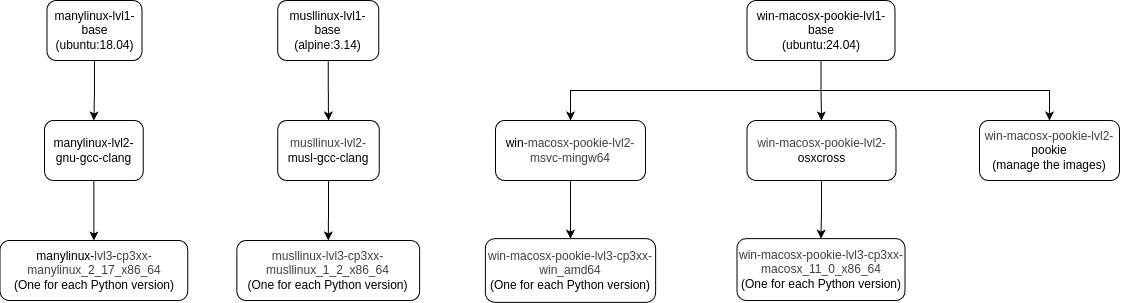
This is images/Docker_layer_graph.png from andreslilloortiz/pookie, a draw.io export, as it was before one commit. Source tidied: cells renumbered, new cells last; positions are measured from the earlier drawing's top-left corner, leaving out a move shared by most shapes.
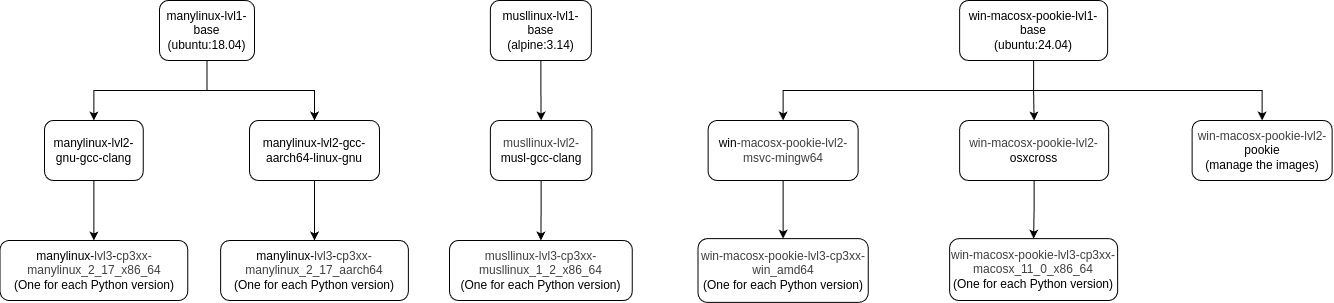
Above is the later version.

Commit message:
New many aarch64 target

Change to the diagram source:
```diff
@@ -6,28 +6,28 @@
       <mxGeometry relative="1" as="geometry" />
     </mxCell>
     <mxCell id="3" value="&lt;font&gt;manylinux-lvl1-base&lt;/font&gt;&lt;div&gt;&lt;font&gt;(ubuntu:18.04)&lt;/font&gt;&lt;/div&gt;" style="rounded=1;whiteSpace=wrap;html=1;strokeColor=default;" parent="1" vertex="1">
-      <mxGeometry x="46.5" width="95" height="60" as="geometry" />
+      <mxGeometry x="-53.6" width="95" height="60" as="geometry" />
     </mxCell>
     <mxCell id="4" style="edgeStyle=orthogonalEdgeStyle;rounded=0;jettySize=auto;html=1;exitX=0.5;exitY=1;exitDx=0;exitDy=0;entryX=0.5;entryY=0;entryDx=0;entryDy=0;" parent="1" edge="1" source="5" target="6">
       <mxGeometry relative="1" as="geometry" />
     </mxCell>
     <mxCell id="5" value="&lt;font&gt;manylinux-lvl2-gnu-gcc-clang&lt;/font&gt;" style="rounded=1;whiteSpace=wrap;html=1;strokeColor=default;" parent="1" vertex="1">
-      <mxGeometry x="44" y="120" width="98.8" height="60" as="geometry" />
+      <mxGeometry x="-168.6" y="120" width="98.8" height="60" as="geometry" />
     </mxCell>
     <mxCell id="6" value="&lt;font&gt;manylinux-&lt;span style=&quot;color: rgb(63, 63, 63);&quot;&gt;lvl3&lt;/span&gt;-&lt;span style=&quot;color: rgb(63, 63, 63);&quot;&gt;cp3xx-manylinux_2_17_x86_64&lt;/span&gt;&lt;br&gt;(One for each Python version)&lt;/font&gt;" style="rounded=1;whiteSpace=wrap;html=1;strokeColor=default;" parent="1" vertex="1">
-      <mxGeometry x="-0.4" y="240" width="187.7" height="60" as="geometry" />
+      <mxGeometry x="-213.1" y="240" width="187.7" height="60" as="geometry" />
     </mxCell>
     <mxCell id="7" style="edgeStyle=orthogonalEdgeStyle;rounded=0;jettySize=auto;html=1;exitX=0.5;exitY=1;exitDx=0;exitDy=0;entryX=0.5;entryY=0;entryDx=0;entryDy=0;" parent="1" edge="1" source="8" target="10">
       <mxGeometry relative="1" as="geometry" />
     </mxCell>
     <mxCell id="8" value="&lt;font&gt;musllinux-lvl1-base&lt;br&gt;(alpine:3.14)&lt;/font&gt;" style="rounded=1;whiteSpace=wrap;html=1;" parent="1" vertex="1">
-      <mxGeometry x="277.2" width="101" height="60" as="geometry" />
+      <mxGeometry x="277.3" width="101" height="60" as="geometry" />
     </mxCell>
     <mxCell id="9" style="edgeStyle=orthogonalEdgeStyle;rounded=0;jettySize=auto;html=1;exitX=0.5;exitY=1;exitDx=0;exitDy=0;" parent="1" edge="1" source="10" target="11">
       <mxGeometry relative="1" as="geometry" />
     </mxCell>
     <mxCell id="10" value="&lt;font&gt;&lt;span style=&quot;color: rgb(63, 63, 63);&quot;&gt;musllinux-lvl2-&lt;/span&gt;musl-gcc-clang&lt;/font&gt;" style="rounded=1;whiteSpace=wrap;html=1;" parent="1" vertex="1">
-      <mxGeometry x="277.2" y="120" width="101.5" height="60" as="geometry" />
+      <mxGeometry x="277.3" y="120" width="101.5" height="60" as="geometry" />
     </mxCell>
     <mxCell id="11" value="&lt;div&gt;&lt;font&gt;&lt;span style=&quot;color: rgb(63, 63, 63); background-color: transparent;&quot;&gt;musllinux&lt;/span&gt;&lt;span style=&quot;color: rgb(63, 63, 63);&quot;&gt;-&lt;/span&gt;&lt;span style=&quot;color: rgb(63, 63, 63);&quot;&gt;lvl3&lt;/span&gt;&lt;span style=&quot;color: rgb(63, 63, 63);&quot;&gt;-&lt;/span&gt;&lt;span style=&quot;color: rgb(63, 63, 63);&quot;&gt;cp3xx-musllinux_1_2_x86_64&lt;/span&gt;&lt;br&gt;(One for each Python version)&lt;/font&gt;&lt;/div&gt;" style="rounded=1;whiteSpace=wrap;html=1;" parent="1" vertex="1">
       <mxGeometry x="236.4" y="240" width="182.8" height="60" as="geometry" />
@@ -65,5 +65,17 @@
     <mxCell id="22" value="&lt;font&gt;&lt;span style=&quot;color: rgb(63, 63, 63);&quot;&gt;&lt;span style=&quot;color: rgb(63, 63, 63);&quot;&gt;win-macosx-pookie&lt;/span&gt;-&lt;/span&gt;&lt;span style=&quot;color: rgb(63, 63, 63);&quot;&gt;lvl3&lt;/span&gt;&lt;span style=&quot;color: rgb(63, 63, 63);&quot;&gt;-&lt;/span&gt;&lt;span style=&quot;color: rgb(63, 63, 63);&quot;&gt;cp3xx-macosx_11_0_x86_64&lt;/span&gt;&lt;br&gt;&lt;span style=&quot;font-family: monospace ; font-size: 0px&quot;&gt;%3CmxGraphModel%3E%3Croot%3E%3CmxCell%20id%3D%220%22%2F%3E%3CmxCell%20id%3D%221%22%20parent%3D%220%22%2F%3E%3CmxCell%20id%3D%222%22%20value%3D%22cp3xx-win_amd64%26lt%3Bbr%26gt%3B(One%20for%20each%20Python%20version)%22%20style%3D%22rounded%3D1%3BwhiteSpace%3Dwrap%3Bhtml%3D1%3B%22%20vertex%3D%221%22%20parent%3D%221%22%3E%3CmxGeometry%20x%3D%22649%22%20y%3D%22310%22%20width%3D%22202%22%20height%3D%2260%22%20as%3D%22geometry%22%2F%3E%3C%2FmxCell%3E%3C%2Froot%3E%3C%2FmxGraphModel%3&lt;/span&gt;(One for each Python version)&lt;/font&gt;" style="rounded=1;whiteSpace=wrap;html=1;" parent="1" vertex="1">
       <mxGeometry x="736.5" y="238.1" width="168" height="61.9" as="geometry" />
     </mxCell>
+    <mxCell id="23" value="&lt;font&gt;manylinux-lvl2-gcc-aarch64-linux-gnu&lt;/font&gt;" style="rounded=1;whiteSpace=wrap;html=1;strokeColor=default;" parent="1" vertex="1">
+      <mxGeometry x="36.4" y="120" width="130" height="60" as="geometry" />
+    </mxCell>
+    <mxCell id="24" style="edgeStyle=orthogonalEdgeStyle;rounded=0;jettySize=auto;html=1;exitX=0.5;exitY=1;exitDx=0;exitDy=0;entryX=0.5;entryY=0;entryDx=0;entryDy=0;" parent="1" edge="1" source="3" target="23">
+      <mxGeometry relative="1" as="geometry" />
+    </mxCell>
+    <mxCell id="25" value="&lt;font&gt;manylinux-&lt;span style=&quot;color: rgb(63, 63, 63);&quot;&gt;lvl3&lt;/span&gt;-&lt;span style=&quot;color: rgb(63, 63, 63);&quot;&gt;cp3xx-manylinux_2_17_aarch64&lt;/span&gt;&lt;/font&gt;&lt;div&gt;&lt;font&gt;(One for each Python version)&lt;/font&gt;&lt;/div&gt;" style="rounded=1;whiteSpace=wrap;html=1;strokeColor=default;" parent="1" vertex="1">
+      <mxGeometry x="7.6" y="240" width="187.7" height="60" as="geometry" />
+    </mxCell>
+    <mxCell id="26" style="edgeStyle=orthogonalEdgeStyle;rounded=0;jettySize=auto;html=1;exitX=0.5;exitY=1;exitDx=0;exitDy=0;entryX=0.5;entryY=0;entryDx=0;entryDy=0;" parent="1" edge="1" source="23" target="25">
+      <mxGeometry relative="1" as="geometry" />
+    </mxCell>
   </root>
 </mxGraphModel>
```
